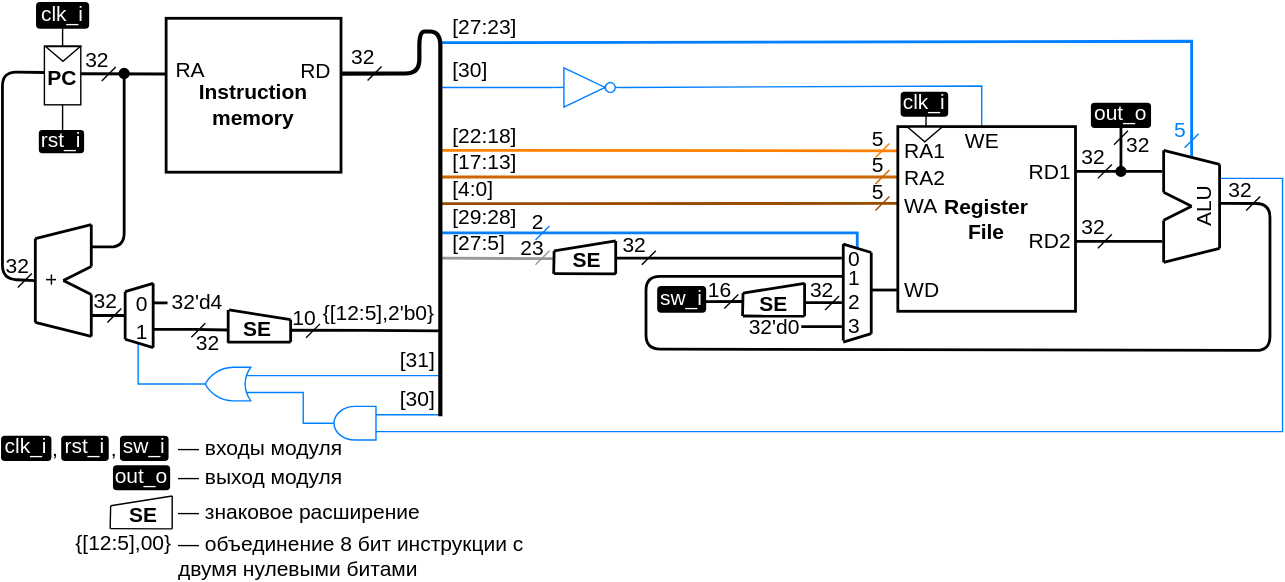
MPSU/APS keeps this draw.io diagram as .pic/Labs/lab_04_cybercobra/ppd_4.drawio.svg. Above is the earlier version. Source tidied: cells renumbered, new cells last; positions are measured from the earlier drawing's top-left corner, leaving out a move shared by most shapes.
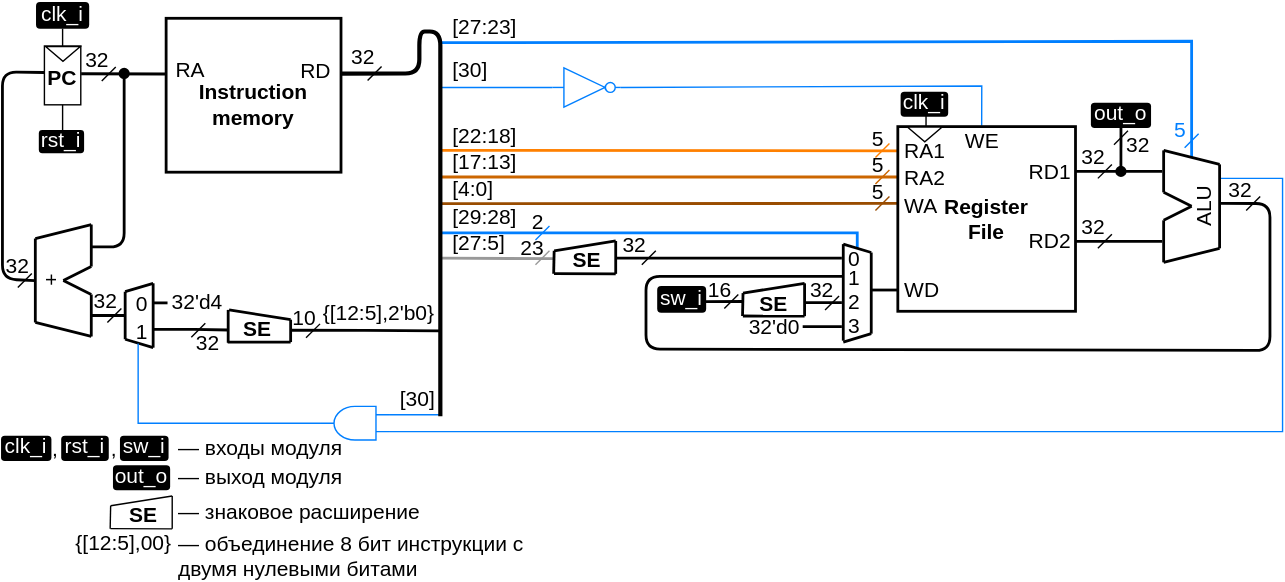
Later version of the same file.

Commit message:
ЛР4. Исправление рис. 4

Убрана логика безусловного перехода

Change to the diagram source:
```diff
@@ -337,23 +337,6 @@
         <mxPoint x="314" y="61" as="targetPoint" />
       </mxGeometry>
     </mxCell>
-    <mxCell id="69" style="edgeStyle=orthogonalEdgeStyle;rounded=0;jettySize=auto;html=1;exitX=0;exitY=0.75;exitDx=0;exitDy=0;exitPerimeter=0;endArrow=none;endFill=0;strokeColor=#007FFF;comic=0;fontSize=15;" parent="1" edge="1" source="71">
-      <mxGeometry relative="1" as="geometry">
-        <mxPoint x="314" y="267" as="targetPoint" />
-      </mxGeometry>
-    </mxCell>
-    <mxCell id="70" style="edgeStyle=orthogonalEdgeStyle;rounded=0;jettySize=auto;html=1;exitX=1;exitY=0.5;exitDx=0;exitDy=0;exitPerimeter=0;endArrow=none;endFill=0;strokeColor=#007FFF;comic=0;fontSize=15;" parent="1" edge="1" source="71">
-      <mxGeometry relative="1" as="geometry">
-        <mxPoint x="98" y="244" as="targetPoint" />
-        <Array as="points">
-          <mxPoint x="98" y="273" />
-          <mxPoint x="98" y="245" />
-        </Array>
-      </mxGeometry>
-    </mxCell>
-    <mxCell id="71" style="verticalLabelPosition=bottom;shadow=0;dashed=0;align=center;html=1;verticalAlign=top;shape=mxgraph.electrical.logic_gates.logic_gate;operation=or;rotation=180;strokeColor=#007FFF;comic=0;fontSize=15;" parent="1" vertex="1">
-      <mxGeometry x="136" y="261" width="50" height="24" as="geometry" />
-    </mxCell>
     <mxCell id="72" style="endArrow=none;html=1;rounded=0;strokeColor=#000000;fontSize=15;fontColor=#007FFF;startSize=6;endSize=6;comic=0;jiggle=0.5;strokeWidth=2;" parent="1" edge="1">
       <mxGeometry relative="1" as="geometry">
         <mxPoint x="108.7" y="201" as="sourcePoint" />
@@ -411,14 +394,6 @@
         </Array>
       </mxGeometry>
     </mxCell>
-    <mxCell id="82" style="edgeStyle=orthogonalEdgeStyle;rounded=0;jettySize=auto;html=1;exitX=1;exitY=0.5;exitDx=0;exitDy=0;exitPerimeter=0;entryX=0;entryY=0.25;entryDx=0;entryDy=0;entryPerimeter=0;endArrow=none;endFill=0;strokeColor=#007FFF;comic=0;fontSize=15;" parent="1" edge="1" source="84" target="71">
-      <mxGeometry relative="1" as="geometry">
-        <Array as="points">
-          <mxPoint x="216" y="301" />
-          <mxPoint x="216" y="279" />
-        </Array>
-      </mxGeometry>
-    </mxCell>
     <mxCell id="83" style="edgeStyle=orthogonalEdgeStyle;rounded=0;jettySize=auto;html=1;exitX=0;exitY=0.25;exitDx=0;exitDy=0;exitPerimeter=0;endArrow=none;endFill=0;strokeColor=#007FFF;comic=0;fontSize=15;entryX=0.833;entryY=0.922;entryDx=0;entryDy=0;entryPerimeter=0;" parent="1" edge="1" source="84" target="8">
       <mxGeometry relative="1" as="geometry">
         <Array as="points">
@@ -433,9 +408,6 @@
     <mxCell id="85" value="[30]" style="text;html=1;strokeColor=none;fillColor=none;align=center;verticalAlign=middle;whiteSpace=wrap;rounded=0;fontSize=15;fontColor=#000000;comic=0;jiggle=0.5;" parent="1" vertex="1">
       <mxGeometry x="293.3" y="278" width="10" height="10" as="geometry" />
     </mxCell>
-    <mxCell id="86" value="[31]" style="text;html=1;strokeColor=none;fillColor=none;align=center;verticalAlign=middle;whiteSpace=wrap;rounded=0;fontSize=15;fontColor=#000000;comic=0;jiggle=0.5;" parent="1" vertex="1">
-      <mxGeometry x="293.3" y="250" width="10" height="10" as="geometry" />
-    </mxCell>
     <mxCell id="87" style="endArrow=none;html=1;rounded=0;comic=0;jiggle=0.5;fontSize=15;" parent="1" edge="1">
       <mxGeometry relative="1" as="geometry">
         <mxPoint x="136" y="239.5" as="sourcePoint" />
@@ -816,5 +788,13 @@
     <mxCell id="174" style="ellipse;whiteSpace=wrap;html=1;strokeColor=#007FFF;" parent="1" vertex="1">
       <mxGeometry x="432" y="57.5" width="7" height="7" as="geometry" />
     </mxCell>
+    <mxCell id="175" style="edgeStyle=none;html=1;exitX=1;exitY=0.5;exitDx=0;exitDy=0;exitPerimeter=0;endArrow=none;endFill=0;rounded=0;curved=0;strokeColor=#007FFF;" parent="1" edge="1" source="84">
+      <mxGeometry relative="1" as="geometry">
+        <mxPoint x="98" y="244" as="targetPoint" />
+        <Array as="points">
+          <mxPoint x="98" y="301" />
+        </Array>
+      </mxGeometry>
+    </mxCell>
   </root>
 </mxGraphModel>
```
